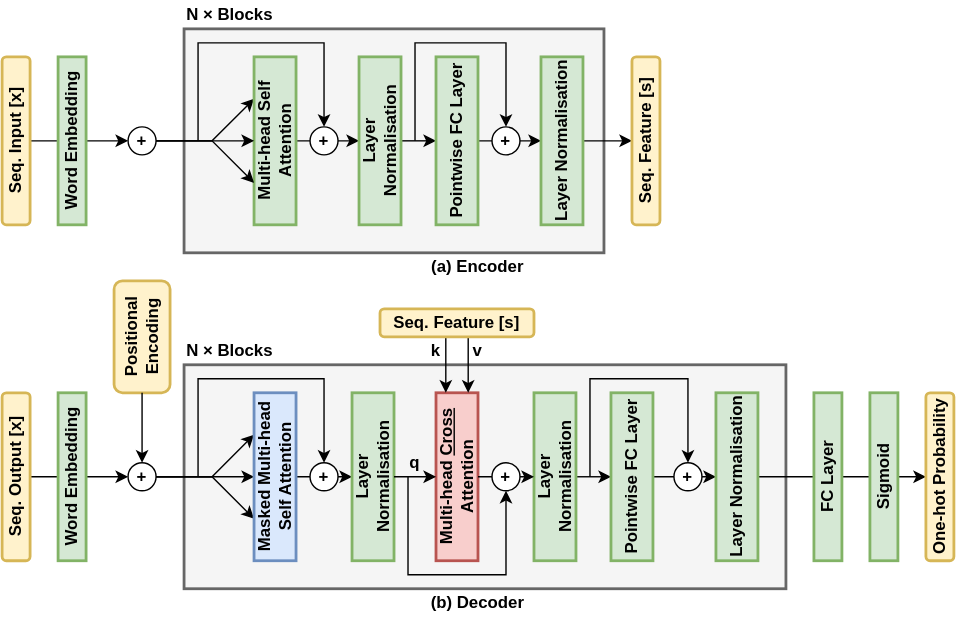
Before: transformer_decoding.svg, a diagram exported from draw.io (yyhtbs-yye/course_images). Source tidied: cells renumbered, new cells last; positions are measured from the earlier drawing's top-left corner, leaving out a move shared by most shapes.
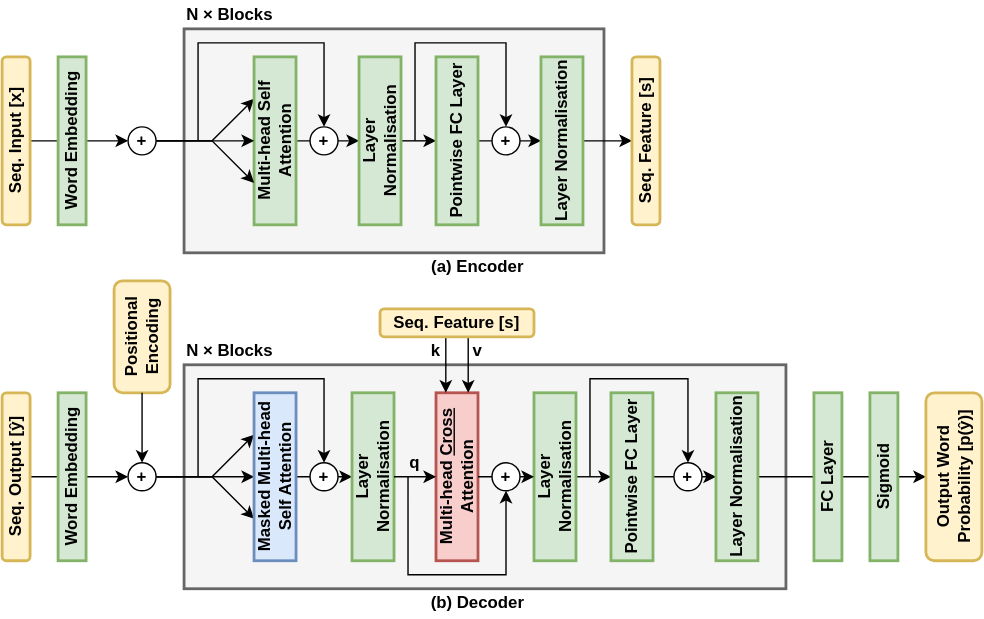
The same file after the commit.

What changed in the source:
```diff
@@ -16,7 +16,7 @@
     <mxCell id="4" style="rounded=0;jettySize=auto;html=1;" parent="1" edge="1" source="5" target="8">
       <mxGeometry relative="1" as="geometry" />
     </mxCell>
-    <mxCell id="5" value="Seq. Output [x]" style="rounded=1;whiteSpace=wrap;html=1;fillColor=#fff2cc;strokeColor=#d6b656;horizontal=0;fontStyle=1;strokeWidth=2;" parent="1" vertex="1">
+    <mxCell id="5" value="Seq. Output [ŷ]" style="rounded=1;whiteSpace=wrap;html=1;fillColor=#fff2cc;strokeColor=#d6b656;horizontal=0;fontStyle=1;strokeWidth=2;" parent="1" vertex="1">
       <mxGeometry y="280" width="20" height="120" as="geometry" />
     </mxCell>
     <mxCell id="6" value="Word Embedding" style="rounded=0;whiteSpace=wrap;html=1;fillColor=#d5e8d4;strokeColor=#82b366;horizontal=0;fontStyle=1;strokeWidth=2;" parent="1" vertex="1">
@@ -94,8 +94,8 @@
         </Array>
       </mxGeometry>
     </mxCell>
-    <mxCell id="24" value="One-hot Probability" style="rounded=1;whiteSpace=wrap;html=1;fillColor=#fff2cc;strokeColor=#d6b656;horizontal=0;fontStyle=1;strokeWidth=2;" parent="1" vertex="1">
-      <mxGeometry x="660" y="280" width="20" height="120" as="geometry" />
+    <mxCell id="24" value="Output Word Probability [p(ŷ)]" style="rounded=1;whiteSpace=wrap;html=1;fillColor=#fff2cc;strokeColor=#d6b656;horizontal=0;fontStyle=1;strokeWidth=2;" parent="1" vertex="1">
+      <mxGeometry x="660" y="280" width="40" height="120" as="geometry" />
     </mxCell>
     <mxCell id="25" value="Multi-head &lt;u&gt;Cross &lt;/u&gt;Attention" style="rounded=0;whiteSpace=wrap;html=1;fillColor=#f8cecc;strokeColor=#b85450;horizontal=0;fontStyle=1;strokeWidth=2;" parent="1" vertex="1">
       <mxGeometry x="310" y="280" width="30" height="120" as="geometry" />
```
